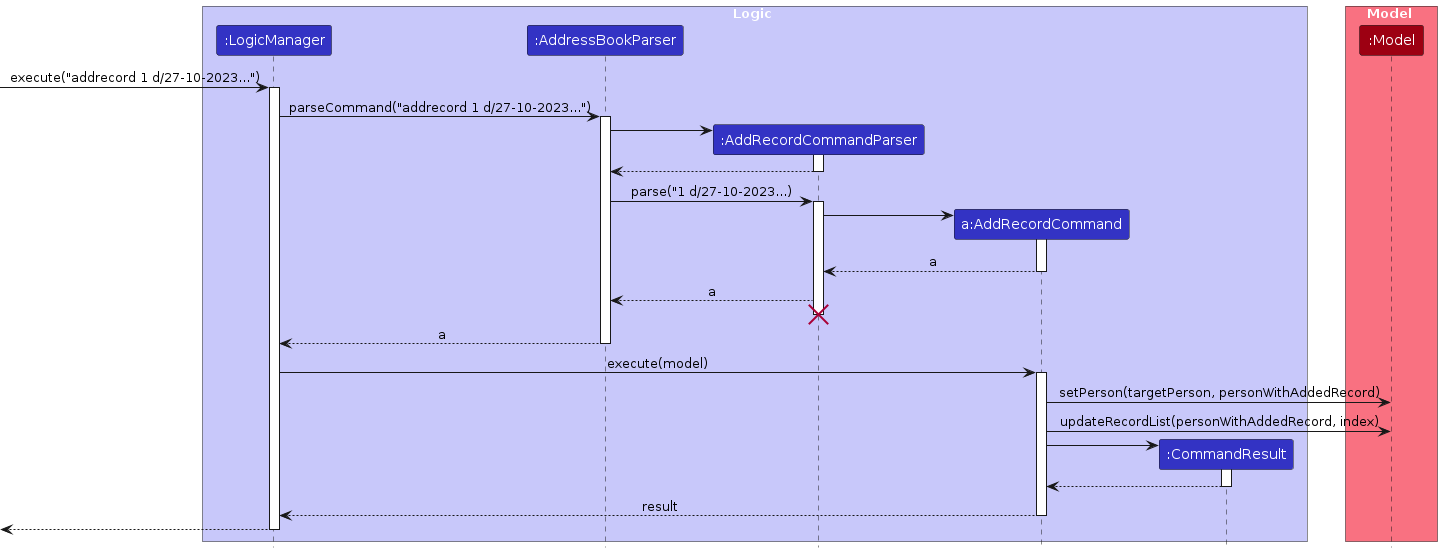
Above: diagrams/AddRecordSequenceDiagram.png in ryanongwx/tp (PlantUML), before the change. Its source is kept beside it as diagrams/AddRecordSequenceDiagram.puml.
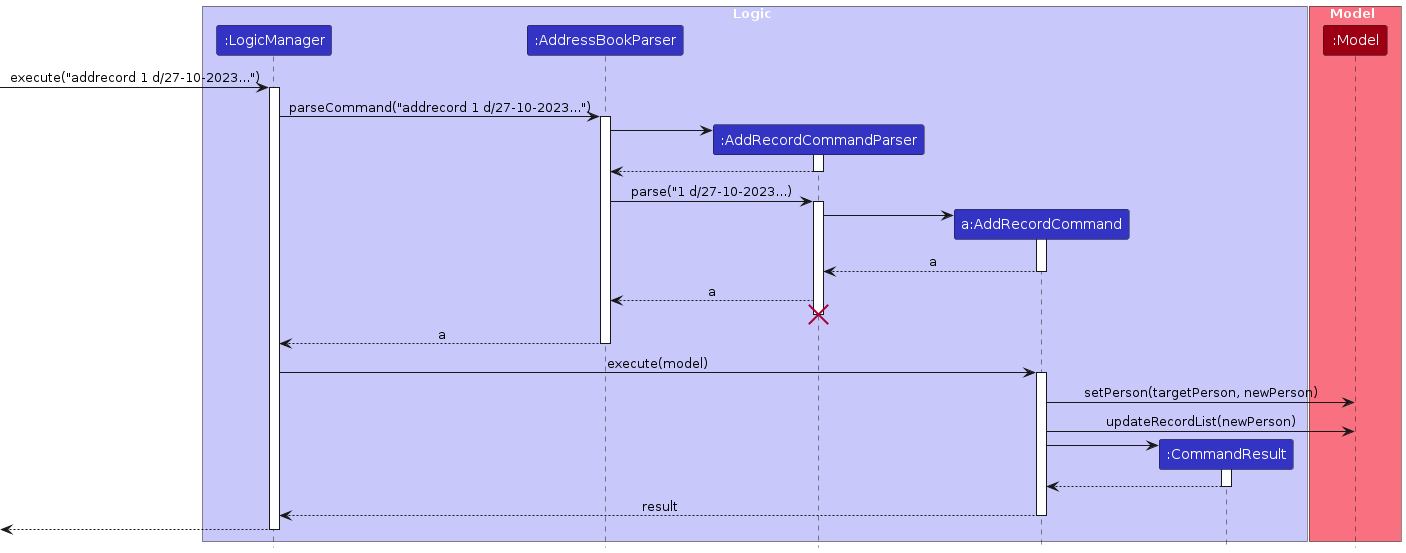
Above is the later version.

Change to the diagram source:
```diff
@@ -48,8 +48,8 @@
 LogicManager -> AddRecordCommand : execute(model)
 activate AddRecordCommand
 
-AddRecordCommand -> Model : setPerson(targetPerson, personWithAddedRecord)
-AddRecordCommand -> Model : updateRecordList(personWithAddedRecord, index)
+AddRecordCommand -> Model : setPerson(targetPerson, newPerson)
+AddRecordCommand -> Model : updateRecordList(newPerson)
 
 create CommandResult
 AddRecordCommand -> CommandResult
```
